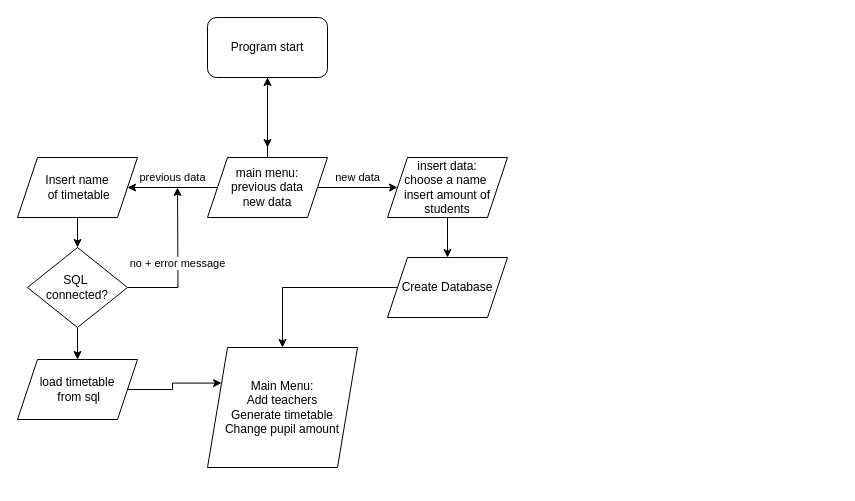
Fsmart2164/NEA-v1 keeps this draw.io diagram as NEA.drawio. Above is the earlier version. Source tidied: cells renumbered, new cells numbered last; positions are measured from the earlier drawing's top-left corner, leaving out a move shared by most shapes. Both pictures are drawn from the tidied source at 100%, with x=0, y=0 at pixel (17, 17).
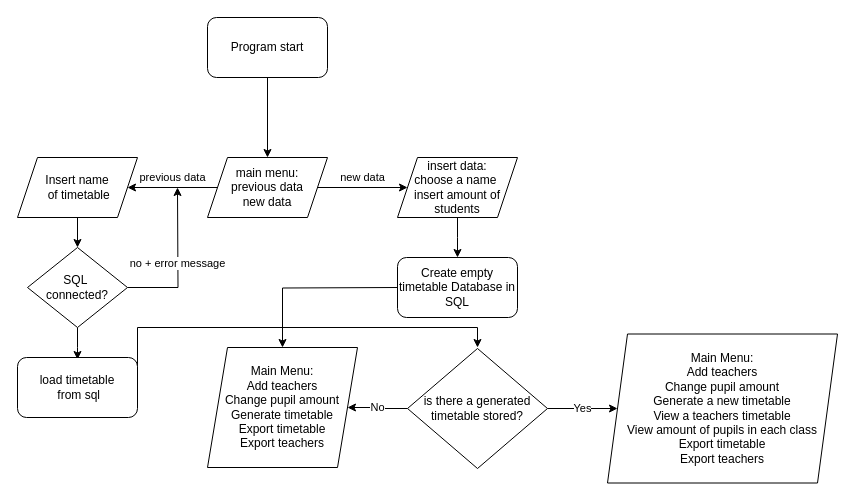
After the change.

The change refers to these unchanged cells:
```xml
<mxCell id="3" value="Program start" style="rounded=1;whiteSpace=wrap;html=1;" parent="1" vertex="1">
  <mxGeometry x="190" width="120" height="60" as="geometry" />
</mxCell>
<mxCell id="7" value="main menu:&lt;br&gt;previous data&lt;br&gt;new data" style="shape=parallelogram;perimeter=parallelogramPerimeter;whiteSpace=wrap;html=1;fixedSize=1;" parent="1" vertex="1">
  <mxGeometry x="190" y="140" width="120" height="60" as="geometry" />
</mxCell>
<mxCell id="12" value="SQL&amp;nbsp;&lt;div&gt;connected?&lt;/div&gt;" style="rhombus;whiteSpace=wrap;html=1;" parent="1" vertex="1">
  <mxGeometry x="10" y="230" width="100" height="80" as="geometry" />
</mxCell>
```

Change to the diagram source:
```diff
@@
-    <mxCell id="2" style="edgeStyle=orthogonalEdgeStyle;rounded=0;jettySize=auto;html=1;" parent="1" edge="1" source="3">
-      <mxGeometry relative="1" as="geometry">
-        <mxPoint x="250" y="130" as="targetPoint" />
-      </mxGeometry>
-    </mxCell>
+    <mxCell id="20" style="edgeStyle=orthogonalEdgeStyle;rounded=0;jettySize=auto;html=1;" parent="1" edge="1" source="3" target="7">
+      <mxGeometry relative="1" as="geometry" />
+    </mxCell>
@@
-    <mxCell id="4" style="edgeStyle=orthogonalEdgeStyle;rounded=0;jettySize=auto;html=1;" parent="1" edge="1" source="7" target="3">
-      <mxGeometry relative="1" as="geometry" />
-    </mxCell>
@@
-    <mxCell id="11" style="edgeStyle=orthogonalEdgeStyle;rounded=0;jettySize=auto;html=1;" parent="1" edge="1" source="12" target="14">
-      <mxGeometry relative="1" as="geometry" />
+    <mxCell id="11" style="edgeStyle=orthogonalEdgeStyle;rounded=0;jettySize=auto;html=1;" parent="1" edge="1" source="12">
+      <mxGeometry relative="1" as="geometry">
+        <mxPoint x="60" y="342" as="targetPoint" />
+      </mxGeometry>
     </mxCell>
@@
-    <mxCell id="13" style="edgeStyle=orthogonalEdgeStyle;rounded=0;jettySize=auto;html=1;entryX=0;entryY=0.25;entryDx=0;entryDy=0;" parent="1" edge="1" source="14" target="19">
-      <mxGeometry relative="1" as="geometry" />
+    <mxCell id="13" style="edgeStyle=orthogonalEdgeStyle;rounded=0;jettySize=auto;html=1;exitX=1;exitY=0.5;exitDx=0;exitDy=0;" parent="1" edge="1" source="14">
+      <mxGeometry relative="1" as="geometry">
+        <mxPoint x="460" y="330" as="targetPoint" />
+        <Array as="points">
+          <mxPoint x="120" y="310" />
+          <mxPoint x="460" y="310" />
+        </Array>
+      </mxGeometry>
     </mxCell>
-    <mxCell id="14" value="load timetable&lt;div&gt;&amp;nbsp;from sql&lt;/div&gt;" style="shape=parallelogram;perimeter=parallelogramPerimeter;whiteSpace=wrap;html=1;fixedSize=1;" parent="1" vertex="1">
-      <mxGeometry y="342" width="120" height="60" as="geometry" />
-    </mxCell>
-    <mxCell id="15" style="edgeStyle=orthogonalEdgeStyle;rounded=0;jettySize=auto;html=1;" parent="1" edge="1" source="16" target="18">
-      <mxGeometry relative="1" as="geometry" />
+    <mxCell id="15" style="edgeStyle=orthogonalEdgeStyle;rounded=0;jettySize=auto;html=1;" parent="1" edge="1" source="16">
+      <mxGeometry relative="1" as="geometry">
+        <mxPoint x="440" y="240" as="targetPoint" />
+      </mxGeometry>
     </mxCell>
     <mxCell id="16" value="&lt;div&gt;insert data:&lt;/div&gt;choose a name&lt;span style=&quot;background-color: transparent; color: light-dark(rgb(0, 0, 0), rgb(255, 255, 255));&quot;&gt;&amp;nbsp;&lt;/span&gt;&lt;div&gt;&lt;span style=&quot;background-color: transparent; color: light-dark(rgb(0, 0, 0), rgb(255, 255, 255));&quot;&gt;insert amount of students&lt;/span&gt;&lt;/div&gt;" style="shape=parallelogram;perimeter=parallelogramPerimeter;whiteSpace=wrap;html=1;fixedSize=1;" parent="1" vertex="1">
-      <mxGeometry x="370" y="140" width="120" height="60" as="geometry" />
+      <mxGeometry x="380" y="140" width="120" height="60" as="geometry" />
     </mxCell>
-    <mxCell id="17" style="edgeStyle=orthogonalEdgeStyle;rounded=0;jettySize=auto;html=1;entryX=0.5;entryY=0;entryDx=0;entryDy=0;" parent="1" edge="1" source="18" target="19">
-      <mxGeometry relative="1" as="geometry" />
+    <mxCell id="17" style="edgeStyle=orthogonalEdgeStyle;rounded=0;jettySize=auto;html=1;entryX=0.5;entryY=0;entryDx=0;entryDy=0;" parent="1" edge="1" target="19">
+      <mxGeometry relative="1" as="geometry">
+        <mxPoint x="380" y="270" as="sourcePoint" />
+      </mxGeometry>
     </mxCell>
-    <mxCell id="18" value="Create Database" style="shape=parallelogram;perimeter=parallelogramPerimeter;whiteSpace=wrap;html=1;fixedSize=1;" parent="1" vertex="1">
-      <mxGeometry x="370" y="240" width="120" height="60" as="geometry" />
-    </mxCell>
-    <mxCell id="19" value="Main Menu:&lt;div&gt;Add teachers&lt;/div&gt;&lt;div&gt;Generate timetable&lt;/div&gt;&lt;div&gt;Change pupil amount&lt;/div&gt;" style="shape=parallelogram;perimeter=parallelogramPerimeter;whiteSpace=wrap;html=1;fixedSize=1;" parent="1" vertex="1">
+    <mxCell id="19" value="Main Menu:&lt;div&gt;Add teachers&lt;/div&gt;&lt;div&gt;&lt;span style=&quot;background-color: transparent; color: light-dark(rgb(0, 0, 0), rgb(255, 255, 255));&quot;&gt;Change pupil amount&lt;/span&gt;&lt;/div&gt;&lt;div&gt;&lt;div&gt;Generate timetable&lt;/div&gt;&lt;/div&gt;&lt;div&gt;Export timetable&lt;/div&gt;&lt;div&gt;Export teachers&lt;/div&gt;" style="shape=parallelogram;perimeter=parallelogramPerimeter;whiteSpace=wrap;html=1;fixedSize=1;" parent="1" vertex="1">
       <mxGeometry x="190" y="330" width="150" height="120" as="geometry" />
     </mxCell>
+    <mxCell id="21" value="No" style="edgeStyle=orthogonalEdgeStyle;rounded=0;jettySize=auto;html=1;" parent="1" edge="1" source="23" target="19">
+      <mxGeometry relative="1" as="geometry" />
+    </mxCell>
+    <mxCell id="22" value="Yes" style="edgeStyle=orthogonalEdgeStyle;rounded=0;jettySize=auto;html=1;" parent="1" edge="1" source="23" target="24">
+      <mxGeometry relative="1" as="geometry" />
+    </mxCell>
+    <mxCell id="23" value="is there a generated timetable stored?" style="rhombus;whiteSpace=wrap;html=1;" parent="1" vertex="1">
+      <mxGeometry x="390" y="331" width="140" height="120" as="geometry" />
+    </mxCell>
+    <mxCell id="24" value="Main Menu:&lt;div&gt;Add teachers&lt;/div&gt;&lt;div&gt;Change pupil amount&lt;/div&gt;&lt;div&gt;Generate a new timetable&lt;/div&gt;&lt;div&gt;View a teachers timetable&lt;/div&gt;&lt;div&gt;View amount of pupils in each class&lt;/div&gt;&lt;div&gt;&lt;div&gt;Export timetable&lt;/div&gt;&lt;div&gt;Export teachers&lt;/div&gt;&lt;/div&gt;" style="shape=parallelogram;perimeter=parallelogramPerimeter;whiteSpace=wrap;html=1;fixedSize=1;" parent="1" vertex="1">
+      <mxGeometry x="590" y="316.5" width="230" height="149" as="geometry" />
+    </mxCell>
+    <mxCell id="25" value="&lt;div&gt;Create empty timetable Database in SQL&lt;/div&gt;" style="rounded=1;whiteSpace=wrap;html=1;" parent="1" vertex="1">
+      <mxGeometry x="380" y="240" width="120" height="60" as="geometry" />
+    </mxCell>
+    <mxCell id="14" value="&lt;div&gt;load timetable&lt;/div&gt;&lt;div&gt;&amp;nbsp;from sql&lt;/div&gt;" style="rounded=1;whiteSpace=wrap;html=1;" parent="1" vertex="1">
+      <mxGeometry y="340" width="120" height="60" as="geometry" />
+    </mxCell>
```
